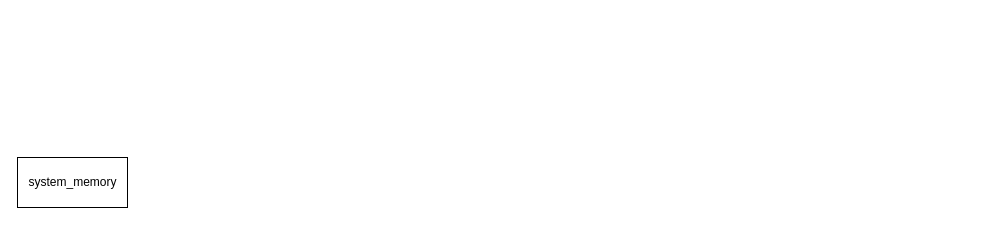
Before: QEMU-MEMORY.drawio in youtubezou/A-thinking-in-linux, a draw.io diagram. Source tidied: cells renumbered, new cells numbered last; positions are measured from the earlier drawing's top-left corner, leaving out a move shared by most shapes. Both pictures are drawn from the tidied source at 100%, with x=0, y=0 at pixel (17, 157).
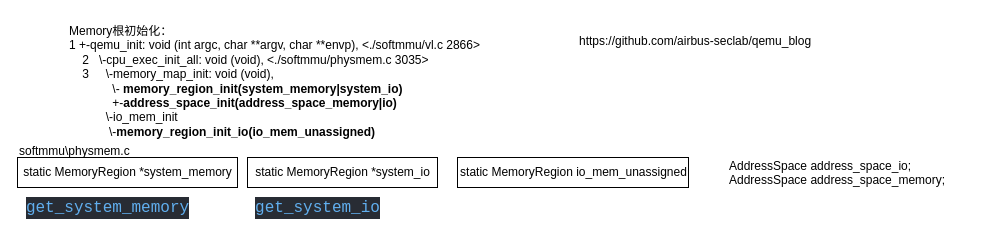
The same diagram, later.

The edit, as a diff of the source:
```diff
@@
 <mxGraphModel>
   <root>
     <mxCell id="0" />
     <mxCell id="1" parent="0" />
-    <mxCell id="2" value="system_memory" style="html=1;" parent="1" vertex="1">
-      <mxGeometry width="110" height="50" as="geometry" />
+    <mxCell id="2" value="static MemoryRegion *system_memory" style="html=1;" parent="1" vertex="1">
+      <mxGeometry width="220" height="30" as="geometry" />
     </mxCell>
+    <mxCell id="3" value="static MemoryRegion *system_io" style="html=1;" parent="1" vertex="1">
+      <mxGeometry x="230" width="190" height="30" as="geometry" />
+    </mxCell>
+    <mxCell id="4" value="static MemoryRegion io_mem_unassigned" style="html=1;" parent="1" vertex="1">
+      <mxGeometry x="440" width="231" height="30" as="geometry" />
+    </mxCell>
+    <mxCell id="5" value="Memory根初始化：&lt;br&gt;1 +-qemu_init: void (int argc, char **argv, char **envp), &amp;lt;./softmmu/vl.c 2866&amp;gt;&lt;br&gt;&amp;nbsp; &amp;nbsp; 2&amp;nbsp; &amp;nbsp;\-cpu_exec_init_all: void (void), &amp;lt;./softmmu/physmem.c 3035&amp;gt;&lt;br&gt;&amp;nbsp; &amp;nbsp; 3&amp;nbsp; &amp;nbsp; &amp;nbsp;\-memory_map_init: void (void),&lt;br&gt;&amp;nbsp; &amp;nbsp; &amp;nbsp; &amp;nbsp; &amp;nbsp; &amp;nbsp; &amp;nbsp;\-&amp;nbsp;&lt;b&gt;memory_region_init(system_memory|system_io)&lt;/b&gt;&lt;br&gt;&amp;nbsp; &amp;nbsp; &amp;nbsp; &amp;nbsp; &amp;nbsp; &amp;nbsp; &amp;nbsp;+-&lt;b&gt;address_space_init(address_space_memory|io)&lt;/b&gt;&lt;br&gt;&amp;nbsp; &amp;nbsp; &amp;nbsp; &amp;nbsp; &amp;nbsp; &amp;nbsp;\-io_mem_init&lt;br&gt;&amp;nbsp; &amp;nbsp; &amp;nbsp; &amp;nbsp; &amp;nbsp; &amp;nbsp; \-&lt;b&gt;memory_region_init_io(io_mem_unassigned)&lt;/b&gt;" style="text;whiteSpace=wrap;html=1;" parent="1" vertex="1">
+      <mxGeometry x="50" y="-140" width="440" height="120" as="geometry" />
+    </mxCell>
+    <mxCell id="6" value="AddressSpace address_space_io;&#10;AddressSpace address_space_memory;" style="text;whiteSpace=wrap;html=1;" parent="1" vertex="1">
+      <mxGeometry x="710" y="-5" width="240" height="40" as="geometry" />
+    </mxCell>
+    <mxCell id="7" value="&lt;div style=&quot;color: rgb(187 , 187 , 187) ; background-color: rgb(40 , 44 , 52) ; font-family: &amp;#34;consolas&amp;#34; , &amp;#34;courier new&amp;#34; , monospace ; font-size: 16px ; line-height: 22px&quot;&gt;&lt;span style=&quot;color: #61afef&quot;&gt;get_system_memory&lt;/span&gt;&lt;/div&gt;" style="text;html=1;align=center;verticalAlign=middle;strokeColor=none;fillColor=none;" parent="1" vertex="1">
+      <mxGeometry x="5" y="35" width="170" height="30" as="geometry" />
+    </mxCell>
+    <mxCell id="8" value="&lt;div style=&quot;color: rgb(187 , 187 , 187) ; background-color: rgb(40 , 44 , 52) ; font-family: &amp;#34;consolas&amp;#34; , &amp;#34;courier new&amp;#34; , monospace ; font-size: 16px ; line-height: 22px&quot;&gt;&lt;span style=&quot;color: #61afef&quot;&gt;get_system_io&lt;/span&gt;&lt;/div&gt;" style="text;html=1;align=center;verticalAlign=middle;strokeColor=none;fillColor=none;" parent="1" vertex="1">
+      <mxGeometry x="235" y="35" width="130" height="30" as="geometry" />
+    </mxCell>
+    <mxCell id="9" value="softmmu\physmem.c" style="text;whiteSpace=wrap;html=1;" parent="1" vertex="1">
+      <mxGeometry y="-20" width="140" height="30" as="geometry" />
+    </mxCell>
+    <mxCell id="10" value="https://github.com/airbus-seclab/qemu_blog" style="text;whiteSpace=wrap;html=1;" parent="1" vertex="1">
+      <mxGeometry x="560" y="-130" width="260" height="30" as="geometry" />
+    </mxCell>
   </root>
 </mxGraphModel>
```
